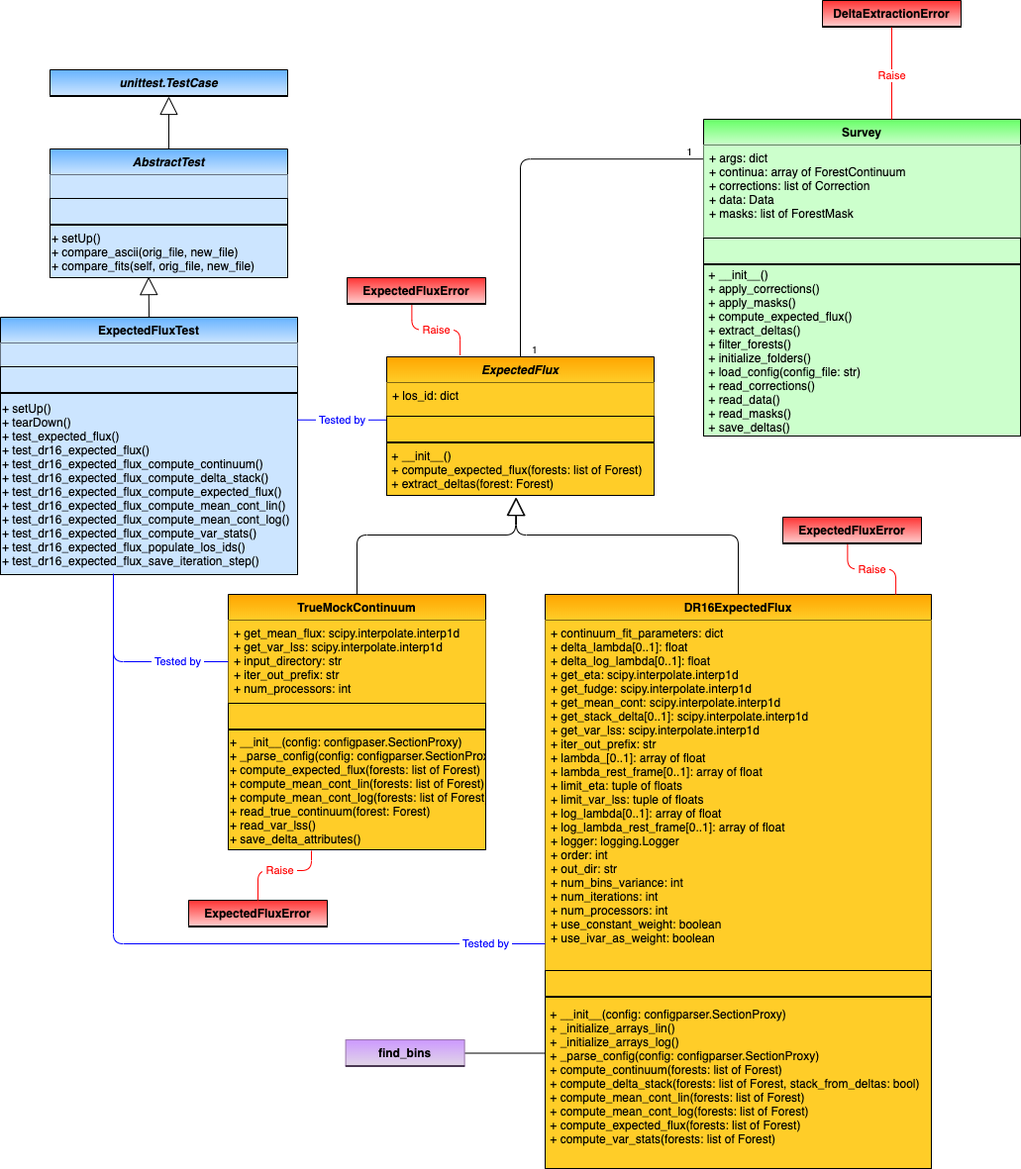
Before: docs/delta_extraction/data_model/data_model-ExpectedFlux.png, a diagram exported from draw.io (igmhub/picca). Source tidied: cells renumbered, new cells last; positions are measured from the earlier drawing's top-left corner, leaving out a move shared by most shapes.
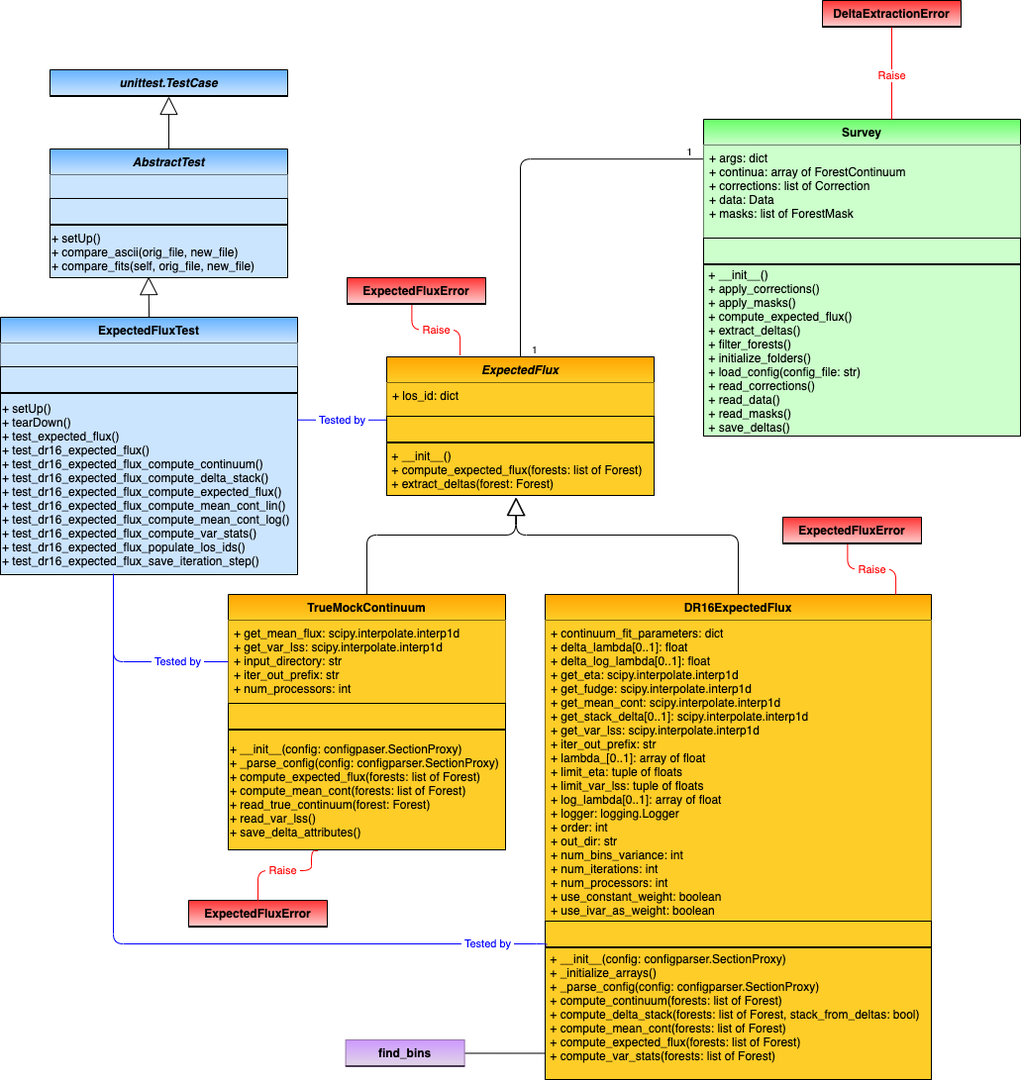
After the change.

Commit message:
updated data model diagrams

Change to the diagram source:
```diff
@@ -95,39 +95,39 @@
       </mxGeometry>
     </mxCell>
     <mxCell id="29" value="DR16ExpectedFlux" style="swimlane;fontStyle=1;horizontal=1;startSize=26;fillColor=#ffcd28;swimlaneFillColor=#ffffff;rounded=0;shadow=0;glass=0;comic=0;strokeColor=#000000;gradientColor=#ffa500;swimlaneLine=1;gradientDirection=north;" parent="1" vertex="1">
-      <mxGeometry x="550" y="600" width="390" height="580" as="geometry" />
+      <mxGeometry x="550" y="600" width="390" height="490" as="geometry" />
     </mxCell>
-    <mxCell id="30" value="+ continuum_fit_parameters: dict&#10;+ delta_lambda[0..1]: float&#10;+ delta_log_lambda[0..1]: float&#10;+ get_eta: scipy.interpolate.interp1d&#10;+ get_fudge: scipy.interpolate.interp1d&#10;+ get_mean_cont: scipy.interpolate.interp1d&#10;+ get_stack_delta[0..1]: scipy.interpolate.interp1d &#10;+ get_var_lss: scipy.interpolate.interp1d&#10;+ iter_out_prefix: str&#10;+ lambda_[0..1]: array of float&#10;+ lambda_rest_frame[0..1]: array of float&#10;+ limit_eta: tuple of floats&#10;+ limit_var_lss: tuple of floats&#10;+ log_lambda[0..1]: array of float&#10;+ log_lambda_rest_frame[0..1]: array of float&#10;+ logger: logging.Logger&#10;+ order: int&#10;+ out_dir: str&#10;+ num_bins_variance: int&#10;+ num_iterations: int&#10;+ num_processors: int&#10;+ use_constant_weight: boolean&#10;+ use_ivar_as_weight: boolean&#10;" style="text;strokeColor=none;fillColor=#ffcd28;align=left;verticalAlign=top;spacingLeft=4;spacingRight=4;overflow=hidden;points=[[0,0.5],[1,0.5]];portConstraint=eastwest;gradientColor=none;" parent="29" vertex="1">
-      <mxGeometry y="26" width="390" height="354" as="geometry" />
+    <mxCell id="30" value="+ continuum_fit_parameters: dict&#10;+ delta_lambda[0..1]: float&#10;+ delta_log_lambda[0..1]: float&#10;+ get_eta: scipy.interpolate.interp1d&#10;+ get_fudge: scipy.interpolate.interp1d&#10;+ get_mean_cont: scipy.interpolate.interp1d&#10;+ get_stack_delta[0..1]: scipy.interpolate.interp1d &#10;+ get_var_lss: scipy.interpolate.interp1d&#10;+ iter_out_prefix: str&#10;+ lambda_[0..1]: array of float&#10;+ limit_eta: tuple of floats&#10;+ limit_var_lss: tuple of floats&#10;+ log_lambda[0..1]: array of float&#10;+ logger: logging.Logger&#10;+ order: int&#10;+ out_dir: str&#10;+ num_bins_variance: int&#10;+ num_iterations: int&#10;+ num_processors: int&#10;+ use_constant_weight: boolean&#10;+ use_ivar_as_weight: boolean&#10;" style="text;strokeColor=none;fillColor=#ffcd28;align=left;verticalAlign=top;spacingLeft=4;spacingRight=4;overflow=hidden;points=[[0,0.5],[1,0.5]];portConstraint=eastwest;gradientColor=none;" parent="29" vertex="1">
+      <mxGeometry y="26" width="390" height="304" as="geometry" />
     </mxCell>
     <mxCell id="31" style="text;strokeColor=#000000;fillColor=#ffcd28;align=left;verticalAlign=middle;overflow=hidden;rounded=0;shadow=0;glass=0;comic=0;fontStyle=0;gradientColor=none;swimlaneFillColor=#ffffff;gradientDirection=north;startSize=26;" parent="29" vertex="1">
-      <mxGeometry y="380" width="390" height="26" as="geometry" />
+      <mxGeometry y="330" width="390" height="26" as="geometry" />
     </mxCell>
     <mxCell id="32" style="line;strokeWidth=1;fillColor=none;align=left;verticalAlign=middle;spacingTop=-1;spacingLeft=3;spacingRight=3;labelPosition=right;points=[];portConstraint=eastwest;rounded=0;shadow=0;glass=0;comic=0;" parent="29" vertex="1">
-      <mxGeometry y="406" width="390" height="1" as="geometry" />
+      <mxGeometry y="356" width="390" height="1" as="geometry" />
     </mxCell>
-    <mxCell id="33" value=" + __init__(config: configparser.SectionProxy)&#10; + _initialize_arrays_lin()&#10; + _initialize_arrays_log()&#10; + _parse_config(config: configparser.SectionProxy)&#10; + compute_continuum(forests: list of Forest)&#10; + compute_delta_stack(forests: list of Forest, stack_from_deltas: bool)&#10; + compute_mean_cont_lin(forests: list of Forest)&#10; + compute_mean_cont_log(forests: list of Forest)&#10; + compute_expected_flux(forests: list of Forest)&#10; + compute_var_stats(forests: list of Forest)&#10;" style="text;strokeColor=#000000;fillColor=#ffcd28;align=left;verticalAlign=middle;overflow=hidden;rounded=0;shadow=0;glass=0;comic=0;fontStyle=0;gradientColor=none;swimlaneFillColor=#ffffff;gradientDirection=north;startSize=26;" parent="29" vertex="1">
-      <mxGeometry y="407" width="390" height="173" as="geometry" />
+    <mxCell id="33" value=" + __init__(config: configparser.SectionProxy)&#10; + _initialize_arrays()&#10; + _parse_config(config: configparser.SectionProxy)&#10; + compute_continuum(forests: list of Forest)&#10; + compute_delta_stack(forests: list of Forest, stack_from_deltas: bool)&#10; + compute_mean_cont(forests: list of Forest)&#10; + compute_expected_flux(forests: list of Forest)&#10; + compute_var_stats(forests: list of Forest)&#10;" style="text;strokeColor=#000000;fillColor=#ffcd28;align=left;verticalAlign=middle;overflow=hidden;rounded=0;shadow=0;glass=0;comic=0;fontStyle=0;gradientColor=none;swimlaneFillColor=#ffffff;gradientDirection=north;startSize=26;" parent="29" vertex="1">
+      <mxGeometry y="357" width="390" height="133" as="geometry" />
     </mxCell>
     <mxCell id="34" value="TrueMockContinuum" style="swimlane;fontStyle=1;horizontal=1;startSize=26;fillColor=#ffcd28;swimlaneFillColor=#ffffff;rounded=0;shadow=0;glass=0;comic=0;strokeColor=#000000;gradientColor=#ffa500;swimlaneLine=1;gradientDirection=north;" parent="1" vertex="1">
-      <mxGeometry x="230" y="600" width="260" height="258" as="geometry" />
+      <mxGeometry x="230" y="600" width="280" height="258" as="geometry" />
     </mxCell>
     <mxCell id="35" value="+ get_mean_flux: scipy.interpolate.interp1d&#10;+ get_var_lss: scipy.interpolate.interp1d&#10;+ input_directory: str&#10;+ iter_out_prefix: str&#10;+ num_processors: int" style="text;strokeColor=none;fillColor=#ffcd28;align=left;verticalAlign=top;spacingLeft=4;spacingRight=4;overflow=hidden;points=[[0,0.5],[1,0.5]];portConstraint=eastwest;gradientColor=none;" parent="34" vertex="1">
-      <mxGeometry y="26" width="260" height="84" as="geometry" />
+      <mxGeometry y="26" width="280" height="84" as="geometry" />
     </mxCell>
     <mxCell id="36" style="text;strokeColor=#000000;fillColor=#ffcd28;align=left;verticalAlign=middle;overflow=hidden;rounded=0;shadow=0;glass=0;comic=0;fontStyle=0;gradientColor=none;swimlaneFillColor=#ffffff;gradientDirection=north;startSize=26;" parent="34" vertex="1">
-      <mxGeometry y="110" width="260" height="26" as="geometry" />
+      <mxGeometry y="110" width="280" height="26" as="geometry" />
     </mxCell>
     <mxCell id="37" style="line;strokeWidth=1;fillColor=none;align=left;verticalAlign=middle;spacingTop=-1;spacingLeft=3;spacingRight=3;labelPosition=right;rounded=0;shadow=0;glass=0;comic=0;" parent="34" vertex="1">
-      <mxGeometry y="136" width="260" height="1" as="geometry" />
+      <mxGeometry y="136" width="280" height="1" as="geometry" />
     </mxCell>
-    <mxCell id="38" value="+ __init__(config: configpaser.SectionProxy)&#10;+ _parse_config(config: configparser.SectionProxy)&#10;+ compute_expected_flux(forests: list of Forest)&#10;+ compute_mean_cont_lin(forests: list of Forest)&#10;+ compute_mean_cont_log(forests: list of Forest)&#10;+ read_true_continuum(forest: Forest)&#10;+ read_var_lss()&#10;+ save_delta_attributes()" style="text;strokeColor=#000000;fillColor=#ffcd28;align=left;verticalAlign=middle;overflow=hidden;points=[[0,0.5],[1,0.5]];portConstraint=eastwest;rounded=0;shadow=0;glass=0;comic=0;fontStyle=0;gradientColor=none;swimlaneFillColor=#ffffff;gradientDirection=north;startSize=26;" parent="34" vertex="1">
-      <mxGeometry y="137" width="260" height="121" as="geometry" />
+    <mxCell id="38" value="+ __init__(config: configpaser.SectionProxy)&#10;+ _parse_config(config: configparser.SectionProxy)&#10;+ compute_expected_flux(forests: list of Forest)&#10;+ compute_mean_cont(forests: list of Forest)&#10;+ read_true_continuum(forest: Forest)&#10;+ read_var_lss()&#10;+ save_delta_attributes()" style="text;strokeColor=#000000;fillColor=#ffcd28;align=left;verticalAlign=middle;overflow=hidden;points=[[0,0.5],[1,0.5]];portConstraint=eastwest;rounded=0;shadow=0;glass=0;comic=0;fontStyle=0;gradientColor=none;swimlaneFillColor=#ffffff;gradientDirection=north;startSize=26;" parent="34" vertex="1">
+      <mxGeometry y="137" width="280" height="121" as="geometry" />
     </mxCell>
     <mxCell id="39" style="endArrow=block;endSize=16;endFill=0;html=1;exitX=0.5;exitY=0;exitDx=0;exitDy=0;entryX=0.483;entryY=1.037;entryDx=0;entryDy=0;entryPerimeter=0;" parent="1" edge="1" source="34" target="14">
       <mxGeometry relative="1" as="geometry">
         <Array as="points">
-          <mxPoint x="360" y="540" />
+          <mxPoint x="370" y="540" />
           <mxPoint x="520" y="540" />
         </Array>
       </mxGeometry>
@@ -173,9 +173,10 @@
     <mxCell id="50" style="endArrow=block;endSize=16;endFill=0;html=1;exitX=0.5;exitY=0;exitDx=0;exitDy=0;entryX=0.5;entryY=1;entryDx=0;entryDy=0;" parent="1" edge="1" source="22" target="48">
       <mxGeometry relative="1" as="geometry" />
     </mxCell>
-    <mxCell id="51" value="&lt;font color=&quot;#0000ff&quot;&gt;&amp;nbsp;Tested by&amp;nbsp;&lt;/font&gt;" style="endArrow=none;html=1;edgeStyle=orthogonalEdgeStyle;strokeColor=#0000FF;entryX=0.38;entryY=0.998;entryDx=0;entryDy=0;entryPerimeter=0;" parent="1" edge="1" source="30" target="19">
+    <mxCell id="51" value="&lt;font color=&quot;#0000ff&quot;&gt;&amp;nbsp;Tested by&amp;nbsp;&lt;/font&gt;" style="endArrow=none;html=1;edgeStyle=orthogonalEdgeStyle;strokeColor=#0000FF;entryX=0.38;entryY=0.998;entryDx=0;entryDy=0;entryPerimeter=0;exitX=0.003;exitY=-1;exitDx=0;exitDy=0;exitPerimeter=0;" parent="1" edge="1" source="32" target="19">
       <mxGeometry x="-0.85" relative="1" as="geometry">
         <Array as="points">
+          <mxPoint x="551" y="953" />
           <mxPoint x="114" y="953" />
         </Array>
       </mxGeometry>
```
